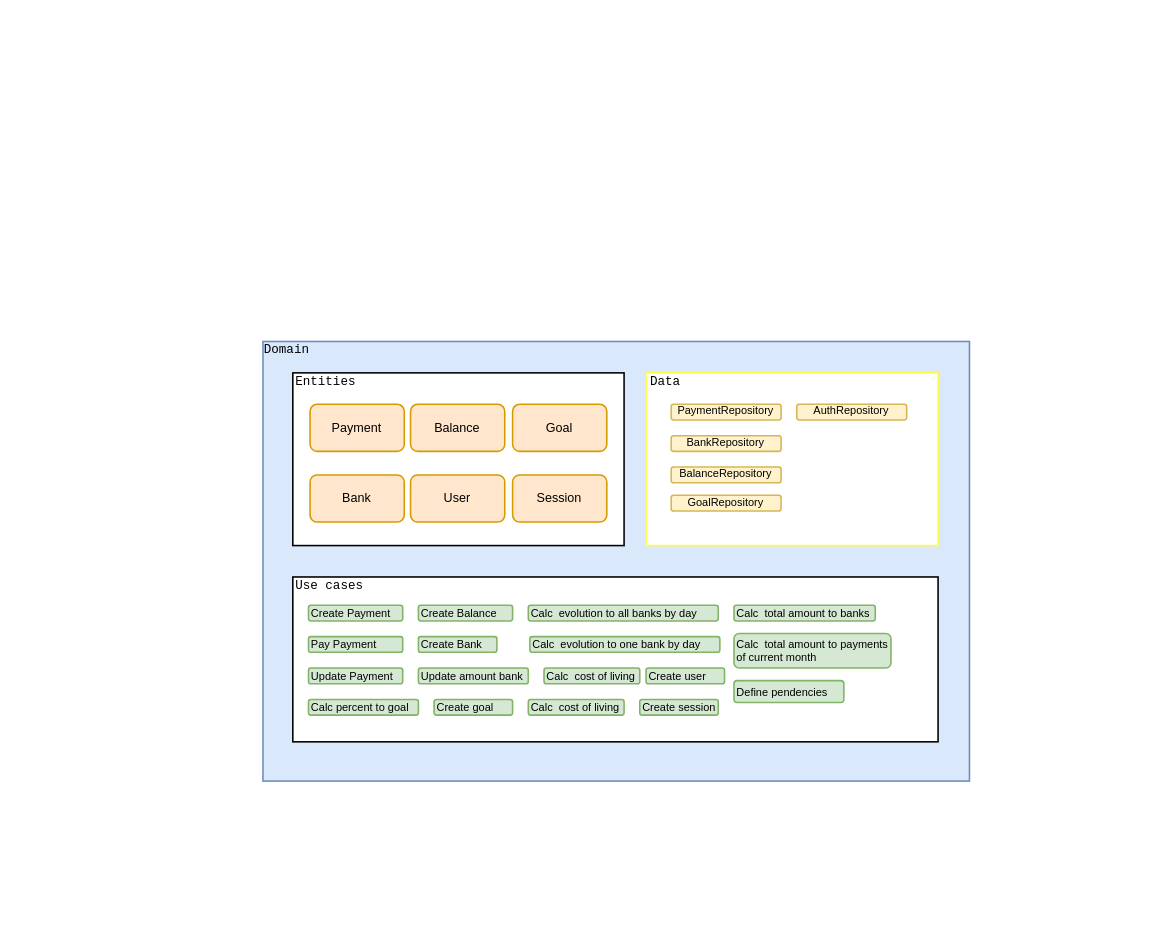
Above: nookmoney.drawio in acmesquita/nookmoney (draw.io), before the change. Source tidied: cells renumbered, new cells numbered last; positions are measured from the earlier drawing's top-left corner, leaving out a move shared by most shapes. Both pictures are drawn from the tidied source at 157%, with x=0, y=0 at pixel (261, 341).
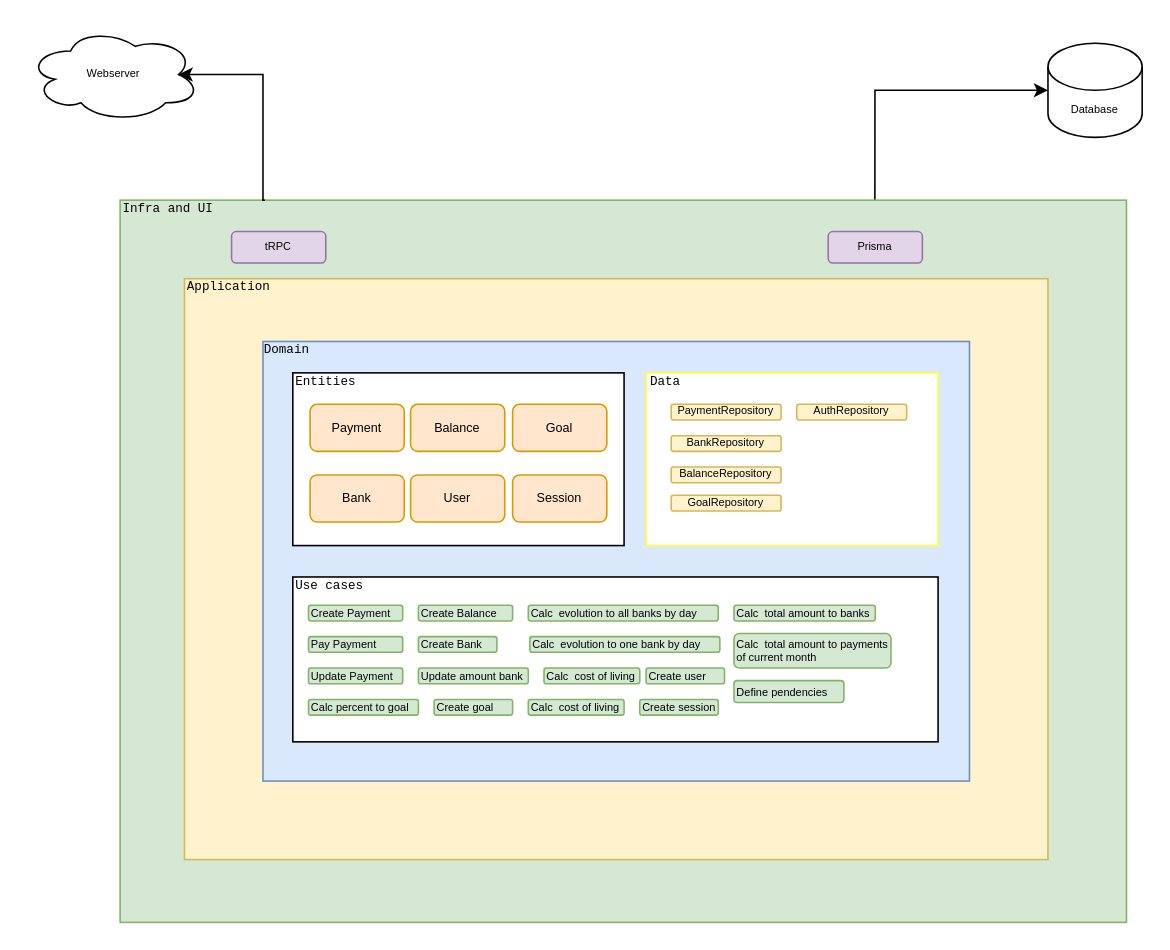
The same diagram, later.

Commit message:
create application and infra layer

The edit, as a diff of the source:
```diff
@@
+    <mxCell id="38" style="edgeStyle=orthogonalEdgeStyle;rounded=0;jettySize=auto;html=1;exitX=0.75;exitY=0;exitDx=0;exitDy=0;entryX=0;entryY=0.5;entryDx=0;entryDy=0;entryPerimeter=0;fontSize=7;" parent="1" edge="1" source="39" target="45">
+      <mxGeometry relative="1" as="geometry" />
+    </mxCell>
+    <mxCell id="39" style="rounded=0;whiteSpace=wrap;html=1;strokeColor=#82b366;strokeWidth=1;fontSize=7;fillColor=#d5e8d4;" parent="1" vertex="1">
+      <mxGeometry x="-90" y="-90" width="641" height="460" as="geometry" />
+    </mxCell>
+    <mxCell id="40" style="rounded=0;whiteSpace=wrap;html=1;strokeColor=#d6b656;strokeWidth=1;fontSize=7;fillColor=#fff2cc;" parent="1" vertex="1">
+      <mxGeometry x="-49" y="-40" width="550" height="370" as="geometry" />
+    </mxCell>
@@
+    <mxCell id="41" value="&lt;pre&gt;&lt;span style=&quot;font-size: 8px;&quot;&gt;Application&lt;/span&gt;&lt;/pre&gt;" style="text;html=1;strokeColor=none;fillColor=none;align=left;verticalAlign=middle;whiteSpace=wrap;rounded=0;fontSize=11;" parent="1" vertex="1">
+      <mxGeometry x="-49" y="-40" width="185.5" height="10" as="geometry" />
+    </mxCell>
+    <mxCell id="42" style="edgeStyle=orthogonalEdgeStyle;rounded=0;jettySize=auto;html=1;exitX=0.5;exitY=0;exitDx=0;exitDy=0;fontSize=7;entryX=0.875;entryY=0.5;entryDx=0;entryDy=0;entryPerimeter=0;" parent="1" edge="1" source="43" target="44">
+      <mxGeometry relative="1" as="geometry">
+        <Array as="points">
+          <mxPoint x="1" y="-90" />
+          <mxPoint x="1" y="-170" />
+        </Array>
+      </mxGeometry>
+    </mxCell>
+    <mxCell id="43" value="&lt;pre&gt;&lt;span style=&quot;font-size: 8px;&quot;&gt;Infra and UI&lt;/span&gt;&lt;/pre&gt;" style="text;html=1;strokeColor=none;fillColor=none;align=left;verticalAlign=middle;whiteSpace=wrap;rounded=0;fontSize=11;" parent="1" vertex="1">
+      <mxGeometry x="-90.5" y="-90" width="185.5" height="10" as="geometry" />
+    </mxCell>
+    <mxCell id="44" value="Webserver" style="ellipse;shape=cloud;whiteSpace=wrap;html=1;strokeColor=#000000;strokeWidth=1;fontSize=7;gradientColor=none;" parent="1" vertex="1">
+      <mxGeometry x="-149" y="-200" width="110" height="60" as="geometry" />
+    </mxCell>
+    <mxCell id="45" value="Database" style="shape=cylinder3;whiteSpace=wrap;html=1;boundedLbl=1;backgroundOutline=1;size=15;strokeColor=#000000;strokeWidth=1;fontSize=7;gradientColor=none;" parent="1" vertex="1">
+      <mxGeometry x="501" y="-190" width="60" height="60" as="geometry" />
+    </mxCell>
+    <mxCell id="46" value="Prisma" style="rounded=1;whiteSpace=wrap;html=1;strokeColor=#9673a6;strokeWidth=1;fontSize=7;fillColor=#e1d5e7;" parent="1" vertex="1">
+      <mxGeometry x="361" y="-70" width="60" height="20" as="geometry" />
+    </mxCell>
+    <mxCell id="47" value="tRPC" style="rounded=1;whiteSpace=wrap;html=1;strokeColor=#9673a6;strokeWidth=1;fontSize=7;fillColor=#e1d5e7;" parent="1" vertex="1">
+      <mxGeometry x="-19" y="-70" width="60" height="20" as="geometry" />
+    </mxCell>
```
